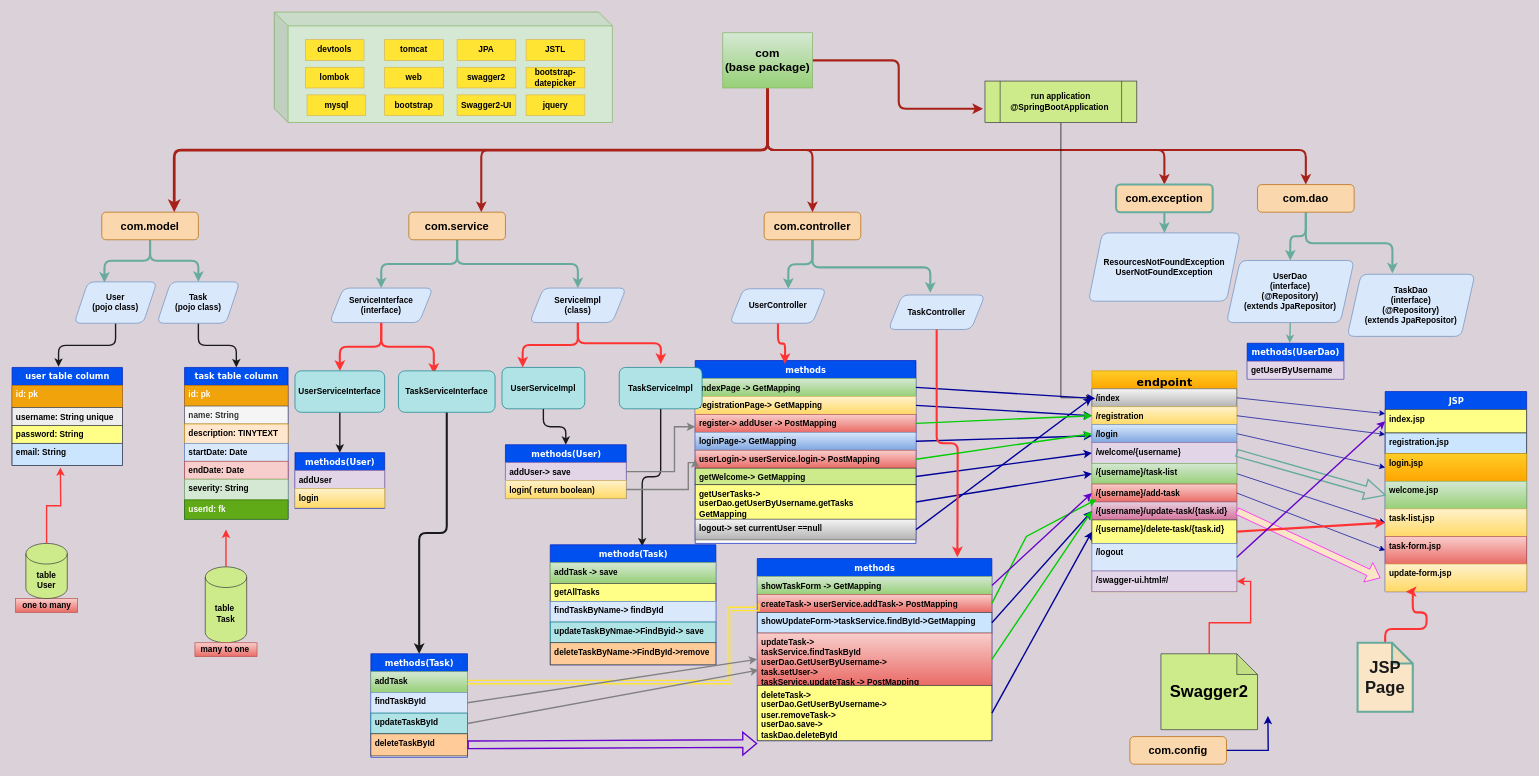
Above: Untitled Diagram.drawio in chefvivica/all-charts-repo (draw.io), before the change. Source tidied: cells renumbered, new cells numbered last; positions are measured from the earlier drawing's top-left corner, leaving out a move shared by most shapes. Both pictures are drawn from the tidied source at 69%, with x=0, y=0 at pixel (12, 12).
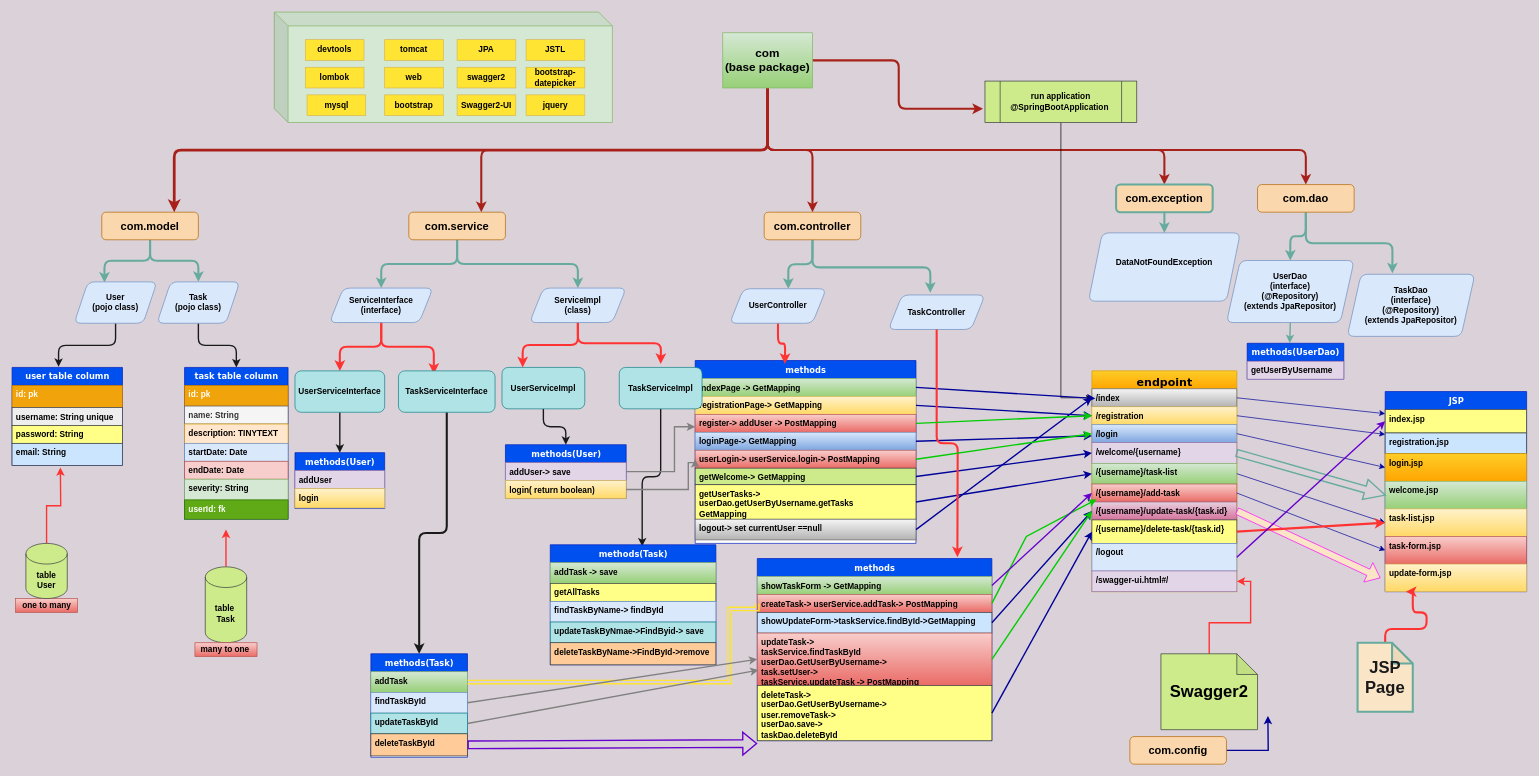
The same diagram, later.

Change to the diagram source:
```diff
@@
-    <mxCell id="60" value="&lt;span&gt;ResourcesNotFoundException&lt;br&gt;UserNotFoundException&lt;/span&gt;" style="shape=parallelogram;perimeter=parallelogramPerimeter;whiteSpace=wrap;html=1;fixedSize=1;rounded=1;strokeColor=#6c8ebf;fillColor=#dae8fc;sketch=0;fontStyle=1;" parent="1" vertex="1">
+    <mxCell id="60" value="&lt;span&gt;DataNotFoundException&lt;br&gt;&lt;br&gt;&lt;/span&gt;" style="shape=parallelogram;perimeter=parallelogramPerimeter;whiteSpace=wrap;html=1;fixedSize=1;rounded=1;strokeColor=#6c8ebf;fillColor=#dae8fc;sketch=0;fontStyle=1;" parent="1" vertex="1">
       <mxGeometry x="1560" y="320" width="220" height="99" as="geometry" />
     </mxCell>
```
